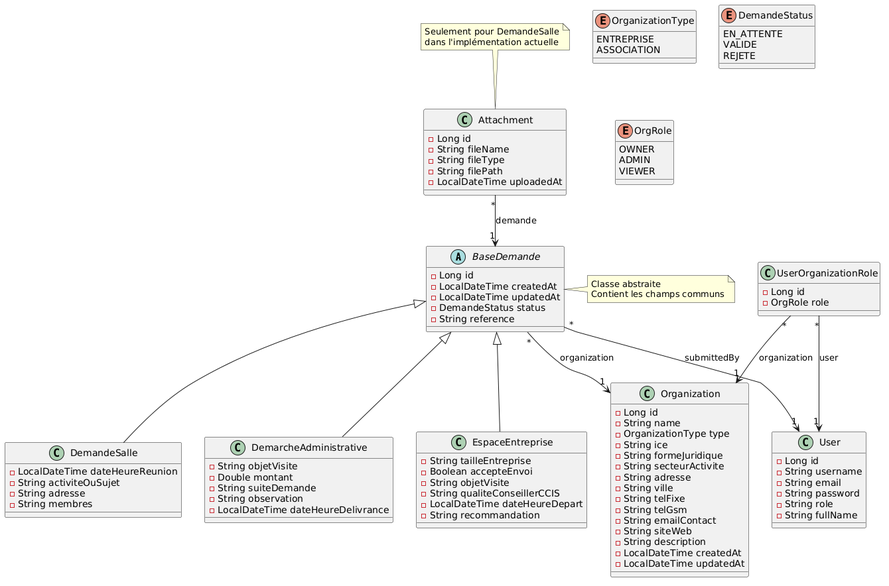
Before: class diagram.png, a diagram exported from PlantUML (elmahd1/ccis-project).
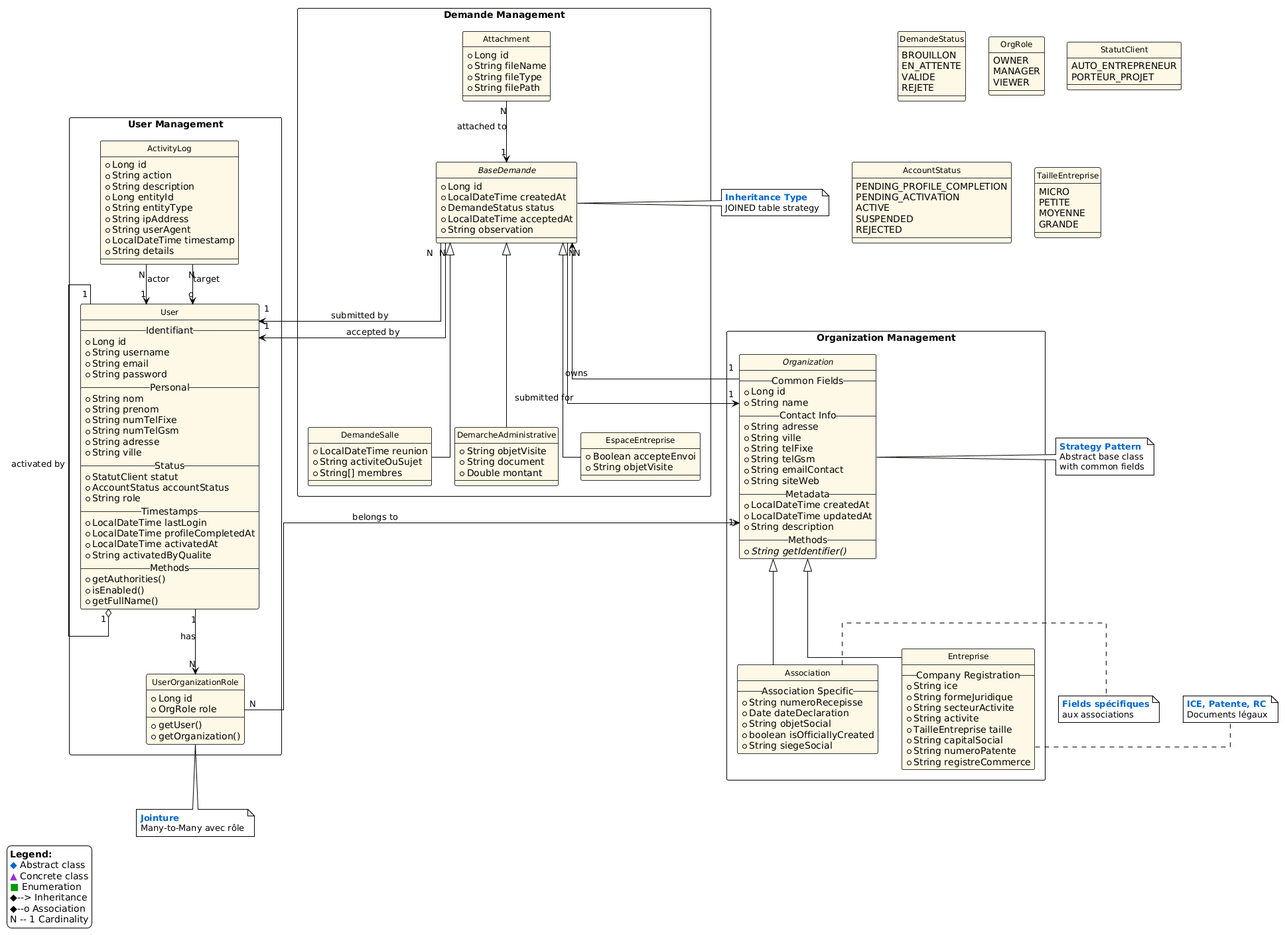
The same file after the commit.

Diff of the diagram source:
```diff
@@ -1,77 +1,17 @@
 @startuml
-abstract class BaseDemande {
-    - Long id
-    - LocalDateTime createdAt
-    - LocalDateTime updatedAt
-    - DemandeStatus status
-    - String reference
-}
+!theme plain
+skinparam classBackgroundColor #FEF9E6
+skinparam classBorderColor #333333
+skinparam classFontName Arial
+skinparam classFontSize 12
+skinparam backgroundColor #FFFFFF
+skinparam packageStyle rect
 
-class DemandeSalle {
-    - LocalDateTime dateHeureReunion
-    - String activiteOuSujet
-    - String adresse
-    - String membres
-}
-
-class DemarcheAdministrative {
-    - String objetVisite
-    - Double montant
-    - String suiteDemande
-    - String observation
-    - LocalDateTime dateHeureDelivrance
-}
-
-class EspaceEntreprise {
-    - String tailleEntreprise
-    - Boolean accepteEnvoi
-    - String objetVisite
-    - String qualiteConseillerCCIS
-    - LocalDateTime dateHeureDepart
-    - String recommandation
-}
-
-class Attachment {
-    - Long id
-    - String fileName
-    - String fileType
-    - String filePath
-    - LocalDateTime uploadedAt
-}
-
-class Organization {
-    - Long id
-    - String name
-    - OrganizationType type
-    - String ice
-    - String formeJuridique
-    - String secteurActivite
-    - String adresse
-    - String ville
-    - String telFixe
-    - String telGsm
-    - String emailContact
-    - String siteWeb
-    - String description
-    - LocalDateTime createdAt
-    - LocalDateTime updatedAt
-}
-
-class User {
-    - Long id
-    - String username
-    - String email
-    - String password
-    - String role
-    - String fullName
-}
-
-enum OrganizationType {
-    ENTREPRISE
-    ASSOCIATION
-}
+hide circle
+skinparam linetype ortho
 
 enum DemandeStatus {
+    BROUILLON
     EN_ATTENTE
     VALIDE
     REJETE
@@ -79,33 +19,199 @@
 
 enum OrgRole {
     OWNER
-    ADMIN
+    MANAGER
     VIEWER
 }
 
-class UserOrganizationRole {
-    - Long id
-    - OrgRole role
+enum StatutClient {
+    AUTO_ENTREPRENEUR
+    PORTEUR_PROJET
 }
+
+enum AccountStatus {
+    PENDING_PROFILE_COMPLETION
+    PENDING_ACTIVATION
+    ACTIVE
+    SUSPENDED
+    REJECTED
+}
+
+enum TailleEntreprise {
+    MICRO
+    PETITE
+    MOYENNE
+    GRANDE
+}
+
+
+package "User Management" {
+
+    class User {
+        -- Identifiant --
+        + Long id
+        + String username
+        + String email
+        + String password
+        -- Personal --
+        + String nom
+        + String prenom
+        + String numTelFixe
+        + String numTelGsm
+        + String adresse
+        + String ville
+        -- Status --
+        + StatutClient statut
+        + AccountStatus accountStatus
+        + String role
+        -- Timestamps --
+        + LocalDateTime lastLogin
+        + LocalDateTime profileCompletedAt
+        + LocalDateTime activatedAt
+        + String activatedByQualite
+        -- Methods --
+        + getAuthorities()
+        + isEnabled()
+        + getFullName()
+    }
+
+    class UserOrganizationRole {
+        + Long id
+        + OrgRole role
+        + getUser()
+        + getOrganization()
+    }
+
+    class ActivityLog {
+        + Long id
+        + String action
+        + String description
+        + Long entityId
+        + String entityType
+        + String ipAddress
+        + String userAgent
+        + LocalDateTime timestamp
+        + String details
+    }
+}
+
+package "Organization Management" {
+
+    abstract class Organization {
+        -- Common Fields --
+        + Long id
+        + String name
+        -- Contact Info --
+        + String adresse
+        + String ville
+        + String telFixe
+        + String telGsm
+        + String emailContact
+        + String siteWeb
+        -- Metadata --
+        + LocalDateTime createdAt
+        + LocalDateTime updatedAt
+        + String description
+        -- Methods --
+        + {abstract} String getIdentifier()
+    }
+
+    class Association {
+        -- Association Specific --
+        + String numeroRecepisse
+        + Date dateDeclaration
+        + String objetSocial
+        + boolean isOfficiallyCreated
+        + String siegeSocial
+    }
+
+    class Entreprise {
+        -- Company Registration --
+        + String ice
+        + String formeJuridique
+        + String secteurActivite
+        + String activite
+        + TailleEntreprise taille
+        + String capitalSocial
+        + String numeroPatente
+        + String registreCommerce
+    }
+}
+
+package "Demande Management" {
+
+    abstract class BaseDemande {
+        + Long id
+        + LocalDateTime createdAt
+        + DemandeStatus status
+        + LocalDateTime acceptedAt
+        + String observation
+    }
+
+    class DemandeSalle {
+        + LocalDateTime reunion
+        + String activiteOuSujet
+        + String[] membres
+    }
+
+    class DemarcheAdministrative {
+        + String objetVisite
+        + String document
+        + Double montant
+    }
+
+    class EspaceEntreprise {
+        + Boolean accepteEnvoi
+        + String objetVisite
+    }
+
+    class Attachment {
+        + Long id
+        + String fileName
+        + String fileType
+        + String filePath
+    }
+}
+
+Organization <|-- Association
+Organization <|-- Entreprise
 
 BaseDemande <|-- DemandeSalle
 BaseDemande <|-- DemarcheAdministrative
 BaseDemande <|-- EspaceEntreprise
 
-Attachment "*" --> "1" BaseDemande : demande
-BaseDemande "*" --> "1" Organization : organization
-BaseDemande "*" --> "1" User : submittedBy
 
-UserOrganizationRole "*" --> "1" User : user
-UserOrganizationRole "*" --> "1" Organization : organization
+User "1" --> "N" UserOrganizationRole : has
+UserOrganizationRole "N" --> "1" Organization : belongs to
+User "1" --o "1" User : activated by
 
-note top of Attachment
-  Seulement pour DemandeSalle
-  dans l'implémentation actuelle
-end note
+BaseDemande "N" --> "1" Organization : submitted for
+BaseDemande "N" --> "1" User : submitted by
+BaseDemande "N" --> "1" User : accepted by
 
-note right of BaseDemande
-  Classe abstraite
-  Contient les champs communs
-end note
+Attachment "N" --> "1" BaseDemande : attached to
+
+ActivityLog "N" --> "1" User : actor
+ActivityLog "N" --> "o" User : target
+
+Organization "1" --> "N" BaseDemande : owns
+
+note right of Organization : <color:#0066CC><b>Strategy Pattern</b></color>\nAbstract base class\nwith common fields
+
+note right of Association : <color:#0066CC><b>Fields spécifiques</b></color>\naux associations
+
+note right of Entreprise : <color:#0066CC><b>ICE, Patente, RC</b></color>\nDocuments légaux
+
+note right of BaseDemande : <color:#0066CC><b>Inheritance Type</b></color>\nJOINED table strategy
+
+note bottom of UserOrganizationRole : <color:#0066CC><b>Jointure</b></color>\nMany-to-Many avec rôle
+
+legend bottom left
+    <b>Legend:</b>
+    <color:#0066CC>◆</color> Abstract class
+    <color:#9933CC>▲</color> Concrete class
+    <color:#009900>■</color> Enumeration
+    ◆--> Inheritance
+    ◆--o Association
+    N -- 1 Cardinality
+endlegend
 @enduml
```
